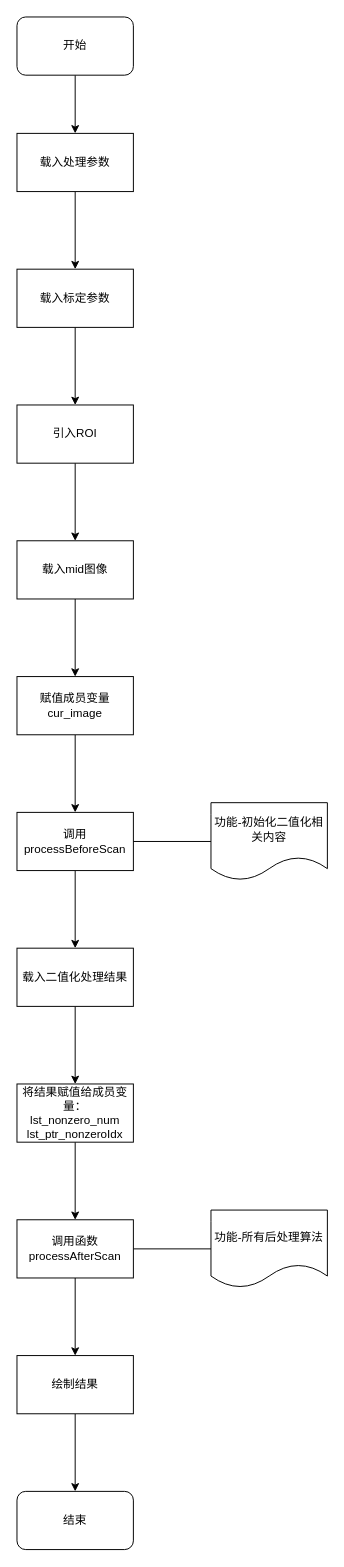
liujj05/flowChart keeps this draw.io diagram as ZMJ_ErrorAnalysis_CrossHough.drawio. Above is the earlier version. Source tidied: cells renumbered, new cells numbered last; positions are measured from the earlier drawing's top-left corner, leaving out a move shared by most shapes. Both pictures are drawn from the tidied source at 97%, with x=0, y=0 at pixel (16, 16).
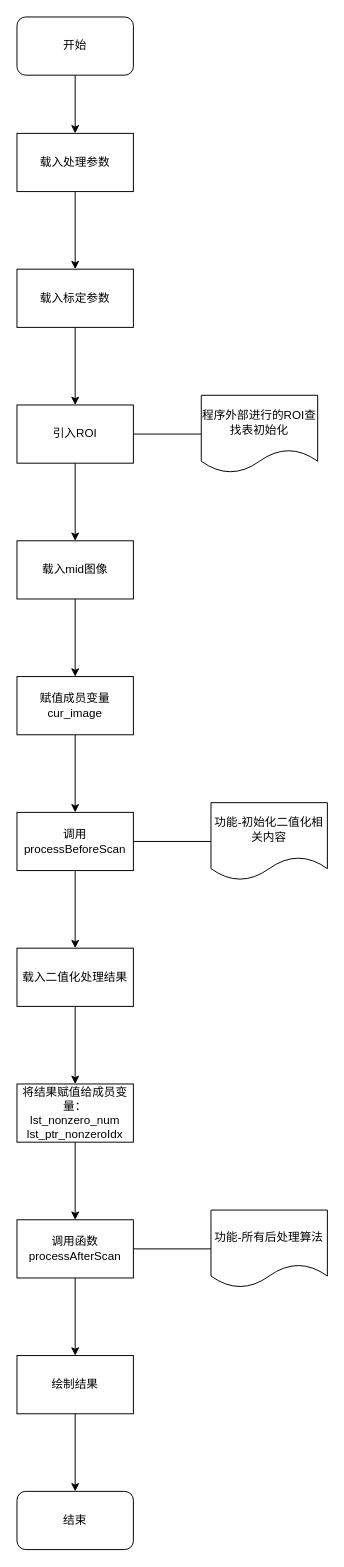
The same page after the edit.

Unchanged cells that the change refers to:
```xml
<mxCell id="9" value="引入ROI" style="whiteSpace=wrap;html=1;rounded=0;" parent="1" vertex="1">
  <mxGeometry y="400" width="120" height="60" as="geometry" />
</mxCell>
```

The edit, as a diff of the source:
```diff
@@
+    <mxCell id="29" value="程序外部进行的ROI查找表初始化" style="shape=document;whiteSpace=wrap;html=1;boundedLbl=1;rounded=0;" parent="1" vertex="1">
+      <mxGeometry x="190" y="390" width="120" height="80" as="geometry" />
+    </mxCell>
+    <mxCell id="30" style="endArrow=none;html=1;entryX=0;entryY=0.5;entryDx=0;entryDy=0;exitX=1;exitY=0.5;exitDx=0;exitDy=0;" parent="1" edge="1" source="9" target="29">
+      <mxGeometry relative="1" as="geometry" />
+    </mxCell>
```
